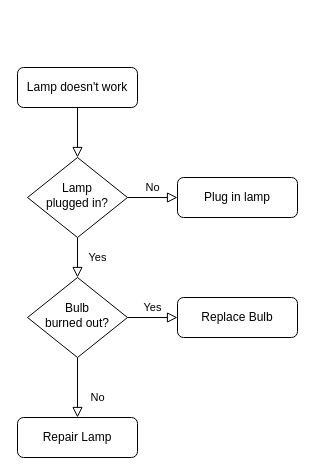
aef-nattanon/99-bottles-of-beer-dojo keeps this draw.io diagram as Untitled Diagram.drawio. Above is the earlier version. Source tidied: cells renumbered, new cells numbered last; positions are measured from the earlier drawing's top-left corner, leaving out a move shared by most shapes. Both pictures are drawn from the tidied source at 100%, with x=0, y=0 at pixel (17, 67).
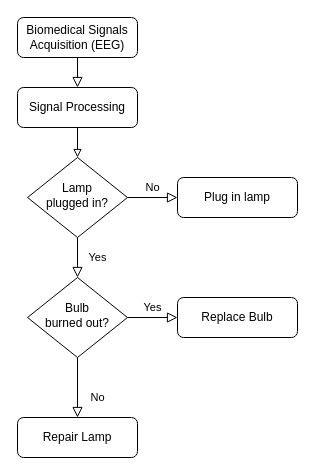
After the change.

Diff of the diagram source:
```diff
@@
 <mxGraphModel>
   <root>
     <mxCell id="0" />
     <mxCell id="1" parent="0" />
-    <mxCell id="2" style="rounded=0;html=1;jettySize=auto;fontSize=11;endArrow=block;endFill=0;endSize=8;strokeWidth=1;shadow=0;labelBackgroundColor=none;edgeStyle=orthogonalEdgeStyle;" parent="1" edge="1" source="3" target="6">
+    <mxCell id="2" style="rounded=0;html=1;jettySize=auto;fontSize=11;endArrow=block;endFill=0;endSize=8;strokeWidth=1;shadow=0;labelBackgroundColor=none;edgeStyle=orthogonalEdgeStyle;entryX=0.5;entryY=0;entryDx=0;entryDy=0;" parent="1" edge="1" source="3" target="14">
       <mxGeometry relative="1" as="geometry" />
     </mxCell>
-    <mxCell id="3" value="Lamp doesn't work" style="rounded=1;whiteSpace=wrap;html=1;fontSize=12;glass=0;strokeWidth=1;shadow=0;" parent="1" vertex="1">
-      <mxGeometry width="120" height="40" as="geometry" />
+    <mxCell id="3" value="Biomedical Signals Acquisition (EEG)" style="rounded=1;whiteSpace=wrap;html=1;fontSize=12;glass=0;strokeWidth=1;shadow=0;" parent="1" vertex="1">
+      <mxGeometry y="-50" width="120" height="40" as="geometry" />
     </mxCell>
     <mxCell id="4" value="Yes" style="rounded=0;html=1;jettySize=auto;fontSize=11;endArrow=block;endFill=0;endSize=8;strokeWidth=1;shadow=0;labelBackgroundColor=none;edgeStyle=orthogonalEdgeStyle;" parent="1" edge="1" source="6" target="10">
       <mxGeometry y="20" relative="1" as="geometry" />
     </mxCell>
     <mxCell id="5" value="No" style="edgeStyle=orthogonalEdgeStyle;rounded=0;html=1;jettySize=auto;fontSize=11;endArrow=block;endFill=0;endSize=8;strokeWidth=1;shadow=0;labelBackgroundColor=none;" parent="1" edge="1" source="6" target="7">
       <mxGeometry y="10" relative="1" as="geometry" />
     </mxCell>
     <mxCell id="6" value="Lamp&lt;br&gt;plugged in?" style="rhombus;whiteSpace=wrap;html=1;shadow=0;fontFamily=Helvetica;fontSize=12;align=center;strokeWidth=1;spacing=6;spacingTop=-4;" parent="1" vertex="1">
       <mxGeometry x="10" y="90" width="100" height="80" as="geometry" />
     </mxCell>
     <mxCell id="7" value="Plug in lamp" style="rounded=1;whiteSpace=wrap;html=1;fontSize=12;glass=0;strokeWidth=1;shadow=0;" parent="1" vertex="1">
       <mxGeometry x="160" y="110" width="120" height="40" as="geometry" />
     </mxCell>
     <mxCell id="8" value="No" style="rounded=0;html=1;jettySize=auto;fontSize=11;endArrow=block;endFill=0;endSize=8;strokeWidth=1;shadow=0;labelBackgroundColor=none;edgeStyle=orthogonalEdgeStyle;" parent="1" edge="1" source="10" target="11">
       <mxGeometry x="0.33" y="20" relative="1" as="geometry" />
     </mxCell>
     <mxCell id="9" value="Yes" style="edgeStyle=orthogonalEdgeStyle;rounded=0;html=1;jettySize=auto;fontSize=11;endArrow=block;endFill=0;endSize=8;strokeWidth=1;shadow=0;labelBackgroundColor=none;" parent="1" edge="1" source="10" target="12">
       <mxGeometry y="10" relative="1" as="geometry" />
     </mxCell>
     <mxCell id="10" value="Bulb&lt;br&gt;burned out?" style="rhombus;whiteSpace=wrap;html=1;shadow=0;fontFamily=Helvetica;fontSize=12;align=center;strokeWidth=1;spacing=6;spacingTop=-4;" parent="1" vertex="1">
       <mxGeometry x="10" y="210" width="100" height="80" as="geometry" />
     </mxCell>
     <mxCell id="11" value="Repair Lamp" style="rounded=1;whiteSpace=wrap;html=1;fontSize=12;glass=0;strokeWidth=1;shadow=0;" parent="1" vertex="1">
       <mxGeometry y="350" width="120" height="40" as="geometry" />
     </mxCell>
     <mxCell id="12" value="Replace Bulb" style="rounded=1;whiteSpace=wrap;html=1;fontSize=12;glass=0;strokeWidth=1;shadow=0;" parent="1" vertex="1">
       <mxGeometry x="160" y="230" width="120" height="40" as="geometry" />
     </mxCell>
+    <mxCell id="13" style="edgeStyle=orthogonalEdgeStyle;rounded=0;jettySize=auto;html=1;exitX=0.5;exitY=1;exitDx=0;exitDy=0;endArrow=block;endFill=0;strokeWidth=1;" parent="1" edge="1" source="14" target="6">
+      <mxGeometry relative="1" as="geometry" />
+    </mxCell>
+    <mxCell id="14" value="Signal Processing" style="rounded=1;whiteSpace=wrap;html=1;fontSize=12;glass=0;strokeWidth=1;shadow=0;" parent="1" vertex="1">
+      <mxGeometry y="20" width="120" height="40" as="geometry" />
+    </mxCell>
   </root>
 </mxGraphModel>
```
